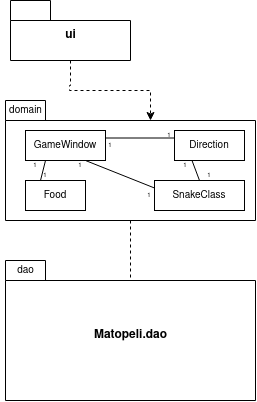
Above: dokumentaatio/kuvat/sovelluslogiikka.png in limi96/ot-harjoitustyo (draw.io), before the change. Source tidied: cells renumbered, new cells last; positions are measured from the earlier drawing's top-left corner, leaving out a move shared by most shapes.
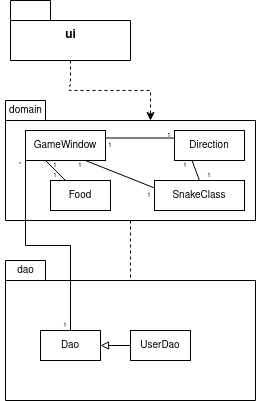
After the commit.

The edit, as a diff of the source:
```diff
@@ -21,7 +21,7 @@
     <mxCell id="5" style="shape=folder;fontStyle=1;spacingTop=10;tabWidth=40;tabHeight=20;tabPosition=left;html=1;" parent="1" vertex="1">
       <mxGeometry x="5" y="100" width="250" height="120" as="geometry" />
     </mxCell>
-    <mxCell id="6" value="&lt;div&gt;Matopeli.dao&lt;/div&gt;" style="shape=folder;fontStyle=1;spacingTop=10;tabWidth=40;tabHeight=20;tabPosition=left;html=1;" parent="1" vertex="1">
+    <mxCell id="6" value="&lt;div&gt;&lt;br&gt;&lt;/div&gt;" style="shape=folder;fontStyle=1;spacingTop=10;tabWidth=40;tabHeight=20;tabPosition=left;html=1;" parent="1" vertex="1">
       <mxGeometry x="5" y="260" width="250" height="140" as="geometry" />
     </mxCell>
     <mxCell id="7" value="domain" style="text;html=1;align=center;verticalAlign=middle;strokeColor=none;fillColor=none;fontSize=10;" parent="1" vertex="1">
@@ -30,6 +30,9 @@
     <mxCell id="8" value="dao" style="text;html=1;align=center;verticalAlign=middle;strokeColor=none;fillColor=none;fontSize=10;" parent="1" vertex="1">
       <mxGeometry x="10" y="260" width="30" height="20" as="geometry" />
     </mxCell>
+    <mxCell id="26" style="edgeStyle=orthogonalEdgeStyle;rounded=0;jettySize=auto;html=1;exitX=0;exitY=1;exitDx=0;exitDy=0;endArrow=none;endFill=0;" parent="1" edge="1" source="9" target="27">
+      <mxGeometry relative="1" as="geometry" />
+    </mxCell>
     <mxCell id="9" value="GameWindow" style="rounded=0;whiteSpace=wrap;html=1;fontSize=10;" parent="1" vertex="1">
       <mxGeometry x="25" y="130" width="80" height="30" as="geometry" />
     </mxCell>
@@ -40,7 +43,7 @@
       <mxGeometry x="174" y="130" width="70" height="30" as="geometry" />
     </mxCell>
     <mxCell id="12" value="Food" style="whiteSpace=wrap;html=1;fontSize=10;" parent="1" vertex="1">
-      <mxGeometry x="25" y="180" width="60" height="30" as="geometry" />
+      <mxGeometry x="50" y="180" width="60" height="30" as="geometry" />
     </mxCell>
     <mxCell id="13" style="endArrow=none;html=1;rounded=0;fontSize=10;exitX=0.25;exitY=1;exitDx=0;exitDy=0;entryX=0.25;entryY=0;entryDx=0;entryDy=0;" parent="1" edge="1" source="9" target="12">
       <mxGeometry relative="1" as="geometry" />
@@ -72,10 +75,10 @@
       <mxGeometry x="75" y="160" width="10" height="10" as="geometry" />
     </mxCell>
     <mxCell id="22" value="1" style="text;html=1;strokeColor=none;fillColor=none;align=center;verticalAlign=middle;whiteSpace=wrap;rounded=0;fontSize=6;" parent="1" vertex="1">
-      <mxGeometry x="40" y="170" width="10" height="10" as="geometry" />
+      <mxGeometry x="50" y="170" width="10" height="10" as="geometry" />
     </mxCell>
     <mxCell id="23" value="1" style="text;html=1;strokeColor=none;fillColor=none;align=center;verticalAlign=middle;whiteSpace=wrap;rounded=0;fontSize=6;" parent="1" vertex="1">
-      <mxGeometry x="30" y="160" width="10" height="10" as="geometry" />
+      <mxGeometry x="50" y="160" width="10" height="10" as="geometry" />
     </mxCell>
     <mxCell id="24" value="1" style="text;html=1;strokeColor=none;fillColor=none;align=center;verticalAlign=middle;whiteSpace=wrap;rounded=0;fontSize=6;" parent="1" vertex="1">
       <mxGeometry x="105" y="140" width="10" height="10" as="geometry" />
@@ -83,5 +86,23 @@
     <mxCell id="25" value="1" style="text;html=1;strokeColor=none;fillColor=none;align=center;verticalAlign=middle;whiteSpace=wrap;rounded=0;fontSize=6;" parent="1" vertex="1">
       <mxGeometry x="164" y="130" width="10" height="10" as="geometry" />
     </mxCell>
+    <mxCell id="27" value="Dao" style="whiteSpace=wrap;html=1;fontSize=10;" parent="1" vertex="1">
+      <mxGeometry x="40" y="330" width="60" height="30" as="geometry" />
+    </mxCell>
+    <mxCell id="28" style="edgeStyle=orthogonalEdgeStyle;rounded=0;jettySize=auto;html=1;exitX=0;exitY=0.5;exitDx=0;exitDy=0;endArrow=block;endFill=0;" parent="1" edge="1" source="29" target="27">
+      <mxGeometry relative="1" as="geometry" />
+    </mxCell>
+    <mxCell id="29" value="&lt;div&gt;UserDao&lt;/div&gt;" style="whiteSpace=wrap;html=1;fontSize=10;" parent="1" vertex="1">
+      <mxGeometry x="130" y="330" width="60" height="30" as="geometry" />
+    </mxCell>
+    <mxCell id="30" style="edgeStyle=orthogonalEdgeStyle;rounded=0;orthogonalLoop=1;jettySize=auto;html=1;exitX=0.5;exitY=1;exitDx=0;exitDy=0;" parent="1" edge="1" source="27" target="27">
+      <mxGeometry relative="1" as="geometry" />
+    </mxCell>
+    <mxCell id="31" value="*" style="text;html=1;strokeColor=none;fillColor=none;align=center;verticalAlign=middle;whiteSpace=wrap;rounded=0;fontSize=6;" parent="1" vertex="1">
+      <mxGeometry x="15" y="160" width="10" height="10" as="geometry" />
+    </mxCell>
+    <mxCell id="32" value="1" style="text;html=1;strokeColor=none;fillColor=none;align=center;verticalAlign=middle;whiteSpace=wrap;rounded=0;fontSize=6;" parent="1" vertex="1">
+      <mxGeometry x="60" y="320" width="10" height="10" as="geometry" />
+    </mxCell>
   </root>
 </mxGraphModel>
```
